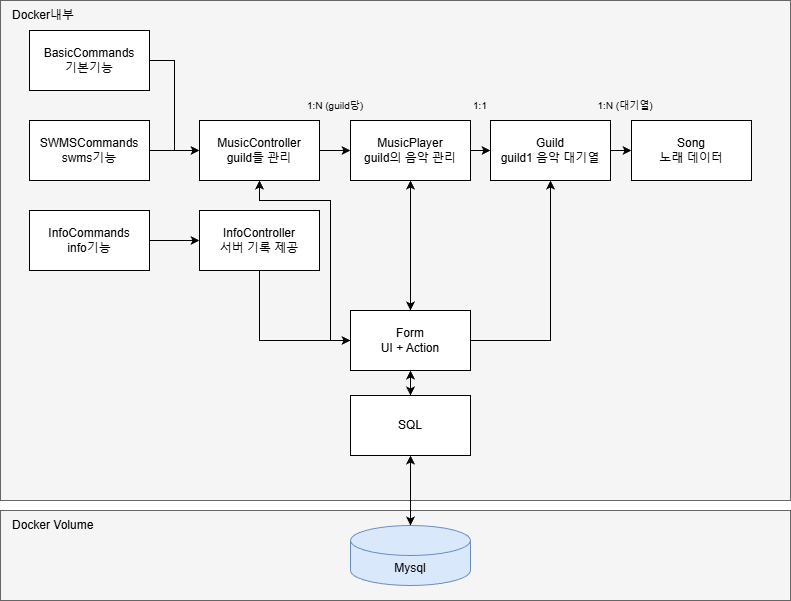
This is imgs/diagram/wasureta_class_diagram.png from SodiumD5/discord_bot_wasureta, a draw.io export, as it was before one commit. Source tidied: cells renumbered, new cells last; positions are measured from the earlier drawing's top-left corner, leaving out a move shared by most shapes. Source of this version:
```xml
<mxGraphModel>
  <root>
    <mxCell id="0" />
    <mxCell id="1" parent="0" />
    <mxCell id="2" style="rounded=0;whiteSpace=wrap;html=1;fillColor=#f5f5f5;fontColor=#333333;strokeColor=#666666;align=left;" parent="1" vertex="1">
      <mxGeometry y="510" width="790" height="90" as="geometry" />
    </mxCell>
    <mxCell id="3" style="rounded=0;whiteSpace=wrap;html=1;fillColor=#f5f5f5;fontColor=#333333;strokeColor=#666666;" parent="1" vertex="1">
      <mxGeometry width="790" height="500" as="geometry" />
    </mxCell>
    <mxCell id="4" style="edgeStyle=orthogonalEdgeStyle;rounded=0;jettySize=auto;html=1;exitX=1;exitY=0.5;exitDx=0;exitDy=0;entryX=0;entryY=0.5;entryDx=0;entryDy=0;" parent="1" edge="1" source="5" target="11">
      <mxGeometry relative="1" as="geometry" />
    </mxCell>
    <mxCell id="5" value="BasicCommands&lt;br&gt;기본기능" style="rounded=0;whiteSpace=wrap;html=1;" parent="1" vertex="1">
      <mxGeometry x="29" y="30" width="120" height="60" as="geometry" />
    </mxCell>
    <mxCell id="6" style="edgeStyle=orthogonalEdgeStyle;rounded=0;jettySize=auto;html=1;exitX=1;exitY=0.5;exitDx=0;exitDy=0;entryX=0;entryY=0.5;entryDx=0;entryDy=0;" parent="1" edge="1" source="7" target="24">
      <mxGeometry relative="1" as="geometry" />
    </mxCell>
    <mxCell id="7" value="InfoCommands&lt;br&gt;info기능" style="rounded=0;whiteSpace=wrap;html=1;" parent="1" vertex="1">
      <mxGeometry x="29" y="210" width="120" height="60" as="geometry" />
    </mxCell>
    <mxCell id="8" style="edgeStyle=orthogonalEdgeStyle;rounded=0;jettySize=auto;html=1;exitX=1;exitY=0.5;exitDx=0;exitDy=0;entryX=0;entryY=0.5;entryDx=0;entryDy=0;" parent="1" edge="1" source="9" target="11">
      <mxGeometry relative="1" as="geometry" />
    </mxCell>
    <mxCell id="9" value="SWMSCommands&lt;br&gt;swms기능" style="rounded=0;whiteSpace=wrap;html=1;" parent="1" vertex="1">
      <mxGeometry x="29" y="120" width="120" height="60" as="geometry" />
    </mxCell>
    <mxCell id="10" style="edgeStyle=orthogonalEdgeStyle;rounded=0;jettySize=auto;html=1;exitX=1;exitY=0.5;exitDx=0;exitDy=0;entryX=0;entryY=0.5;entryDx=0;entryDy=0;" parent="1" edge="1" source="11" target="13">
      <mxGeometry relative="1" as="geometry" />
    </mxCell>
    <mxCell id="11" value="MusicController&lt;div&gt;guild들 관리&lt;/div&gt;" style="rounded=0;whiteSpace=wrap;html=1;" parent="1" vertex="1">
      <mxGeometry x="199" y="120" width="120" height="60" as="geometry" />
    </mxCell>
    <mxCell id="12" style="edgeStyle=orthogonalEdgeStyle;rounded=0;jettySize=auto;html=1;exitX=1;exitY=0.5;exitDx=0;exitDy=0;entryX=0;entryY=0.5;entryDx=0;entryDy=0;" parent="1" edge="1" source="13" target="14">
      <mxGeometry relative="1" as="geometry" />
    </mxCell>
    <mxCell id="13" value="MusicPlayer&lt;div&gt;guild의 음악 관리&lt;/div&gt;" style="rounded=0;whiteSpace=wrap;html=1;" parent="1" vertex="1">
      <mxGeometry x="350" y="120" width="120" height="60" as="geometry" />
    </mxCell>
    <mxCell id="14" value="Guild&lt;br&gt;guild1 음악 대기열" style="rounded=0;whiteSpace=wrap;html=1;" parent="1" vertex="1">
      <mxGeometry x="490" y="120" width="120" height="60" as="geometry" />
    </mxCell>
    <mxCell id="15" style="edgeStyle=orthogonalEdgeStyle;rounded=0;jettySize=auto;html=1;exitX=1;exitY=0.5;exitDx=0;exitDy=0;entryX=0;entryY=0.5;entryDx=0;entryDy=0;" parent="1" edge="1" source="14" target="28">
      <mxGeometry relative="1" as="geometry" />
    </mxCell>
    <mxCell id="16" style="edgeStyle=orthogonalEdgeStyle;rounded=0;jettySize=auto;html=1;exitX=0;exitY=0.25;exitDx=0;exitDy=0;entryX=0.5;entryY=1;entryDx=0;entryDy=0;" parent="1" edge="1" source="18" target="11">
      <mxGeometry relative="1" as="geometry">
        <Array as="points">
          <mxPoint x="359" y="340" />
          <mxPoint x="330" y="340" />
          <mxPoint x="330" y="200" />
          <mxPoint x="259" y="200" />
        </Array>
      </mxGeometry>
    </mxCell>
    <mxCell id="17" style="edgeStyle=orthogonalEdgeStyle;rounded=0;jettySize=auto;html=1;exitX=1;exitY=0.5;exitDx=0;exitDy=0;entryX=0.5;entryY=1;entryDx=0;entryDy=0;" parent="1" edge="1" source="18" target="14">
      <mxGeometry relative="1" as="geometry" />
    </mxCell>
    <mxCell id="18" value="Form&lt;br&gt;UI + Action" style="rounded=0;whiteSpace=wrap;html=1;" parent="1" vertex="1">
      <mxGeometry x="350" y="310" width="120" height="60" as="geometry" />
    </mxCell>
    <mxCell id="19" style="endArrow=classic;startArrow=classic;html=1;rounded=0;entryX=0.5;entryY=0;entryDx=0;entryDy=0;" parent="1" edge="1" target="18">
      <mxGeometry relative="1" as="geometry">
        <mxPoint x="410" y="180" as="sourcePoint" />
      </mxGeometry>
    </mxCell>
    <mxCell id="20" value="&lt;br&gt;Mysql&lt;br&gt;&lt;div&gt;&lt;br&gt;&lt;/div&gt;" style="shape=cylinder3;whiteSpace=wrap;html=1;boundedLbl=1;backgroundOutline=1;size=15;fillColor=#dae8fc;strokeColor=#6c8ebf;" parent="1" vertex="1">
      <mxGeometry x="350" y="525" width="120" height="60" as="geometry" />
    </mxCell>
    <mxCell id="21" value="SQL" style="rounded=0;whiteSpace=wrap;html=1;" parent="1" vertex="1">
      <mxGeometry x="350" y="395" width="120" height="60" as="geometry" />
    </mxCell>
    <mxCell id="22" style="endArrow=classic;startArrow=classic;html=1;rounded=0;exitX=0.5;exitY=0;exitDx=0;exitDy=0;entryX=0.5;entryY=1;entryDx=0;entryDy=0;" parent="1" edge="1" source="21" target="18">
      <mxGeometry relative="1" as="geometry" />
    </mxCell>
    <mxCell id="23" style="edgeStyle=orthogonalEdgeStyle;rounded=0;jettySize=auto;html=1;exitX=0.5;exitY=1;exitDx=0;exitDy=0;entryX=0;entryY=0.5;entryDx=0;entryDy=0;" parent="1" edge="1" source="24" target="18">
      <mxGeometry relative="1" as="geometry" />
    </mxCell>
    <mxCell id="24" value="InfoController&lt;div&gt;서버 기록 제공&lt;/div&gt;" style="rounded=0;whiteSpace=wrap;html=1;" parent="1" vertex="1">
      <mxGeometry x="199" y="210" width="120" height="60" as="geometry" />
    </mxCell>
    <mxCell id="25" style="endArrow=classic;startArrow=classic;html=1;rounded=0;exitX=0.5;exitY=0;exitDx=0;exitDy=0;exitPerimeter=0;entryX=0.5;entryY=1;entryDx=0;entryDy=0;" parent="1" edge="1" source="20" target="21">
      <mxGeometry relative="1" as="geometry" />
    </mxCell>
    <mxCell id="26" value="&amp;nbsp; &amp;nbsp;Docker내부" style="text;html=1;whiteSpace=wrap;strokeColor=none;fillColor=none;align=left;verticalAlign=middle;rounded=0;" parent="1" vertex="1">
      <mxGeometry width="90" height="30" as="geometry" />
    </mxCell>
    <mxCell id="27" value="&amp;nbsp; &amp;nbsp;Docker Volume" style="text;html=1;whiteSpace=wrap;strokeColor=none;fillColor=none;align=left;verticalAlign=middle;rounded=0;" parent="1" vertex="1">
      <mxGeometry y="510" width="110" height="30" as="geometry" />
    </mxCell>
    <mxCell id="28" value="Song&lt;div&gt;노래 데이터&lt;/div&gt;" style="rounded=0;whiteSpace=wrap;html=1;" parent="1" vertex="1">
      <mxGeometry x="631" y="120" width="120" height="60" as="geometry" />
    </mxCell>
    <mxCell id="29" value="&lt;font style=&quot;font-size: 10px;&quot;&gt;1:N (guild당)&lt;/font&gt;" style="text;html=1;whiteSpace=wrap;strokeColor=none;fillColor=none;align=center;verticalAlign=middle;rounded=0;" parent="1" vertex="1">
      <mxGeometry x="300" y="90" width="70" height="30" as="geometry" />
    </mxCell>
    <mxCell id="30" value="&lt;font style=&quot;font-size: 10px;&quot;&gt;1:N (대기열)&lt;/font&gt;" style="text;html=1;whiteSpace=wrap;strokeColor=none;fillColor=none;align=center;verticalAlign=middle;rounded=0;" parent="1" vertex="1">
      <mxGeometry x="590" y="90" width="70" height="30" as="geometry" />
    </mxCell>
    <mxCell id="31" value="&lt;span style=&quot;font-size: 10px;&quot;&gt;1:1&lt;/span&gt;" style="text;html=1;whiteSpace=wrap;strokeColor=none;fillColor=none;align=center;verticalAlign=middle;rounded=0;" parent="1" vertex="1">
      <mxGeometry x="450" y="90" width="60" height="30" as="geometry" />
    </mxCell>
  </root>
</mxGraphModel>
```
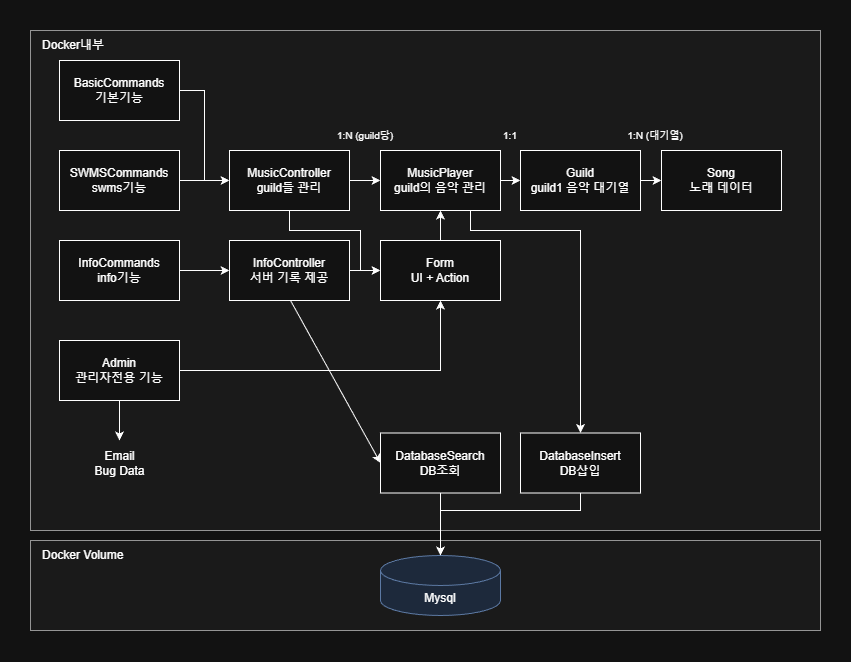
After the change.

Change to the diagram source:
```diff
@@ -29,12 +29,29 @@
     <mxCell id="10" style="edgeStyle=orthogonalEdgeStyle;rounded=0;jettySize=auto;html=1;exitX=1;exitY=0.5;exitDx=0;exitDy=0;entryX=0;entryY=0.5;entryDx=0;entryDy=0;" parent="1" edge="1" source="11" target="13">
       <mxGeometry relative="1" as="geometry" />
     </mxCell>
+    <mxCell id="32" style="edgeStyle=orthogonalEdgeStyle;rounded=0;jettySize=auto;html=1;exitX=0.5;exitY=1;exitDx=0;exitDy=0;entryX=0;entryY=0.5;entryDx=0;entryDy=0;" parent="1" edge="1" source="11" target="18">
+      <mxGeometry relative="1" as="geometry">
+        <Array as="points">
+          <mxPoint x="259" y="200" />
+          <mxPoint x="330" y="200" />
+          <mxPoint x="330" y="240" />
+        </Array>
+      </mxGeometry>
+    </mxCell>
     <mxCell id="11" value="MusicController&lt;div&gt;guild들 관리&lt;/div&gt;" style="rounded=0;whiteSpace=wrap;html=1;" parent="1" vertex="1">
       <mxGeometry x="199" y="120" width="120" height="60" as="geometry" />
     </mxCell>
     <mxCell id="12" style="edgeStyle=orthogonalEdgeStyle;rounded=0;jettySize=auto;html=1;exitX=1;exitY=0.5;exitDx=0;exitDy=0;entryX=0;entryY=0.5;entryDx=0;entryDy=0;" parent="1" edge="1" source="13" target="14">
       <mxGeometry relative="1" as="geometry" />
     </mxCell>
+    <mxCell id="33" style="edgeStyle=orthogonalEdgeStyle;rounded=0;jettySize=auto;html=1;exitX=0.75;exitY=1;exitDx=0;exitDy=0;entryX=0.5;entryY=0;entryDx=0;entryDy=0;" parent="1" edge="1" source="13" target="40">
+      <mxGeometry relative="1" as="geometry">
+        <Array as="points">
+          <mxPoint x="440" y="200" />
+          <mxPoint x="550" y="200" />
+        </Array>
+      </mxGeometry>
+    </mxCell>
     <mxCell id="13" value="MusicPlayer&lt;div&gt;guild의 음악 관리&lt;/div&gt;" style="rounded=0;whiteSpace=wrap;html=1;" parent="1" vertex="1">
       <mxGeometry x="350" y="120" width="120" height="60" as="geometry" />
     </mxCell>
@@ -44,45 +61,21 @@
     <mxCell id="15" style="edgeStyle=orthogonalEdgeStyle;rounded=0;jettySize=auto;html=1;exitX=1;exitY=0.5;exitDx=0;exitDy=0;entryX=0;entryY=0.5;entryDx=0;entryDy=0;" parent="1" edge="1" source="14" target="28">
       <mxGeometry relative="1" as="geometry" />
     </mxCell>
-    <mxCell id="16" style="edgeStyle=orthogonalEdgeStyle;rounded=0;jettySize=auto;html=1;exitX=0;exitY=0.25;exitDx=0;exitDy=0;entryX=0.5;entryY=1;entryDx=0;entryDy=0;" parent="1" edge="1" source="18" target="11">
-      <mxGeometry relative="1" as="geometry">
-        <Array as="points">
-          <mxPoint x="359" y="340" />
-          <mxPoint x="330" y="340" />
-          <mxPoint x="330" y="200" />
-          <mxPoint x="259" y="200" />
-        </Array>
-      </mxGeometry>
-    </mxCell>
-    <mxCell id="17" style="edgeStyle=orthogonalEdgeStyle;rounded=0;jettySize=auto;html=1;exitX=1;exitY=0.5;exitDx=0;exitDy=0;entryX=0.5;entryY=1;entryDx=0;entryDy=0;" parent="1" edge="1" source="18" target="14">
-      <mxGeometry relative="1" as="geometry" />
-    </mxCell>
+    <mxCell id="34" style="edgeStyle=orthogonalEdgeStyle;rounded=0;jettySize=auto;html=1;exitX=0.5;exitY=0;exitDx=0;exitDy=0;" parent="1" edge="1" source="18" target="13">
+      <mxGeometry relative="1" as="geometry" />
+    </mxCell>
     <mxCell id="18" value="Form&lt;br&gt;UI + Action" style="rounded=0;whiteSpace=wrap;html=1;" parent="1" vertex="1">
-      <mxGeometry x="350" y="310" width="120" height="60" as="geometry" />
+      <mxGeometry x="350" y="210" width="120" height="60" as="geometry" />
     </mxCell>
-    <mxCell id="19" style="endArrow=classic;startArrow=classic;html=1;rounded=0;entryX=0.5;entryY=0;entryDx=0;entryDy=0;" parent="1" edge="1" target="18">
-      <mxGeometry relative="1" as="geometry">
-        <mxPoint x="410" y="180" as="sourcePoint" />
-      </mxGeometry>
-    </mxCell>
     <mxCell id="20" value="&lt;br&gt;Mysql&lt;br&gt;&lt;div&gt;&lt;br&gt;&lt;/div&gt;" style="shape=cylinder3;whiteSpace=wrap;html=1;boundedLbl=1;backgroundOutline=1;size=15;fillColor=#dae8fc;strokeColor=#6c8ebf;" parent="1" vertex="1">
       <mxGeometry x="350" y="525" width="120" height="60" as="geometry" />
     </mxCell>
-    <mxCell id="21" value="SQL" style="rounded=0;whiteSpace=wrap;html=1;" parent="1" vertex="1">
-      <mxGeometry x="350" y="395" width="120" height="60" as="geometry" />
-    </mxCell>
-    <mxCell id="22" style="endArrow=classic;startArrow=classic;html=1;rounded=0;exitX=0.5;exitY=0;exitDx=0;exitDy=0;entryX=0.5;entryY=1;entryDx=0;entryDy=0;" parent="1" edge="1" source="21" target="18">
-      <mxGeometry relative="1" as="geometry" />
-    </mxCell>
-    <mxCell id="23" style="edgeStyle=orthogonalEdgeStyle;rounded=0;jettySize=auto;html=1;exitX=0.5;exitY=1;exitDx=0;exitDy=0;entryX=0;entryY=0.5;entryDx=0;entryDy=0;" parent="1" edge="1" source="24" target="18">
+    <mxCell id="23" style="edgeStyle=orthogonalEdgeStyle;rounded=0;jettySize=auto;html=1;exitX=1;exitY=0.5;exitDx=0;exitDy=0;entryX=0;entryY=0.5;entryDx=0;entryDy=0;" parent="1" edge="1" source="24" target="18">
       <mxGeometry relative="1" as="geometry" />
     </mxCell>
     <mxCell id="24" value="InfoController&lt;div&gt;서버 기록 제공&lt;/div&gt;" style="rounded=0;whiteSpace=wrap;html=1;" parent="1" vertex="1">
       <mxGeometry x="199" y="210" width="120" height="60" as="geometry" />
     </mxCell>
-    <mxCell id="25" style="endArrow=classic;startArrow=classic;html=1;rounded=0;exitX=0.5;exitY=0;exitDx=0;exitDy=0;exitPerimeter=0;entryX=0.5;entryY=1;entryDx=0;entryDy=0;" parent="1" edge="1" source="20" target="21">
-      <mxGeometry relative="1" as="geometry" />
-    </mxCell>
     <mxCell id="26" value="&amp;nbsp; &amp;nbsp;Docker내부" style="text;html=1;whiteSpace=wrap;strokeColor=none;fillColor=none;align=left;verticalAlign=middle;rounded=0;" parent="1" vertex="1">
       <mxGeometry width="90" height="30" as="geometry" />
     </mxCell>
@@ -101,5 +94,39 @@
     <mxCell id="31" value="&lt;span style=&quot;font-size: 10px;&quot;&gt;1:1&lt;/span&gt;" style="text;html=1;whiteSpace=wrap;strokeColor=none;fillColor=none;align=center;verticalAlign=middle;rounded=0;" parent="1" vertex="1">
       <mxGeometry x="450" y="90" width="60" height="30" as="geometry" />
     </mxCell>
+    <mxCell id="35" style="edgeStyle=orthogonalEdgeStyle;rounded=0;jettySize=auto;html=1;exitX=0.5;exitY=1;exitDx=0;exitDy=0;entryX=0.5;entryY=0;entryDx=0;entryDy=0;" parent="1" edge="1" source="37" target="38">
+      <mxGeometry relative="1" as="geometry" />
+    </mxCell>
+    <mxCell id="36" style="edgeStyle=orthogonalEdgeStyle;rounded=0;jettySize=auto;html=1;exitX=1;exitY=0.5;exitDx=0;exitDy=0;entryX=0.5;entryY=1;entryDx=0;entryDy=0;" parent="1" edge="1" source="37" target="18">
+      <mxGeometry relative="1" as="geometry" />
+    </mxCell>
+    <mxCell id="37" value="Admin&lt;div&gt;관리자전용 기능&lt;/div&gt;" style="rounded=0;whiteSpace=wrap;html=1;" parent="1" vertex="1">
+      <mxGeometry x="29" y="310" width="120" height="60" as="geometry" />
+    </mxCell>
+    <mxCell id="38" value="Email&lt;br&gt;Bug Data" style="text;html=1;whiteSpace=wrap;strokeColor=none;fillColor=none;align=center;verticalAlign=middle;rounded=0;" parent="1" vertex="1">
+      <mxGeometry x="53.5" y="410" width="71" height="45" as="geometry" />
+    </mxCell>
+    <mxCell id="39" value="DatabaseSearch&lt;div&gt;DB조회&lt;/div&gt;" style="rounded=0;whiteSpace=wrap;html=1;" parent="1" vertex="1">
+      <mxGeometry x="350" y="402.5" width="120" height="60" as="geometry" />
+    </mxCell>
+    <mxCell id="40" value="DatabaseInsert&lt;div&gt;DB삽입&lt;/div&gt;" style="rounded=0;whiteSpace=wrap;html=1;" parent="1" vertex="1">
+      <mxGeometry x="490" y="402.5" width="120" height="60" as="geometry" />
+    </mxCell>
+    <mxCell id="41" style="edgeStyle=orthogonalEdgeStyle;rounded=0;jettySize=auto;html=1;exitX=0.5;exitY=1;exitDx=0;exitDy=0;entryX=0.5;entryY=0;entryDx=0;entryDy=0;entryPerimeter=0;" parent="1" edge="1" source="39" target="20">
+      <mxGeometry relative="1" as="geometry" />
+    </mxCell>
+    <mxCell id="42" style="edgeStyle=orthogonalEdgeStyle;rounded=0;jettySize=auto;html=1;exitX=0.5;exitY=1;exitDx=0;exitDy=0;entryX=0.5;entryY=0;entryDx=0;entryDy=0;entryPerimeter=0;" parent="1" edge="1" source="40" target="20">
+      <mxGeometry relative="1" as="geometry">
+        <Array as="points">
+          <mxPoint x="550" y="480" />
+          <mxPoint x="410" y="480" />
+        </Array>
+      </mxGeometry>
+    </mxCell>
+    <mxCell id="43" style="endArrow=classic;html=1;rounded=0;entryX=0;entryY=0.5;entryDx=0;entryDy=0;" parent="1" edge="1" target="39">
+      <mxGeometry relative="1" as="geometry">
+        <mxPoint x="260" y="270" as="sourcePoint" />
+      </mxGeometry>
+    </mxCell>
   </root>
 </mxGraphModel>
```
